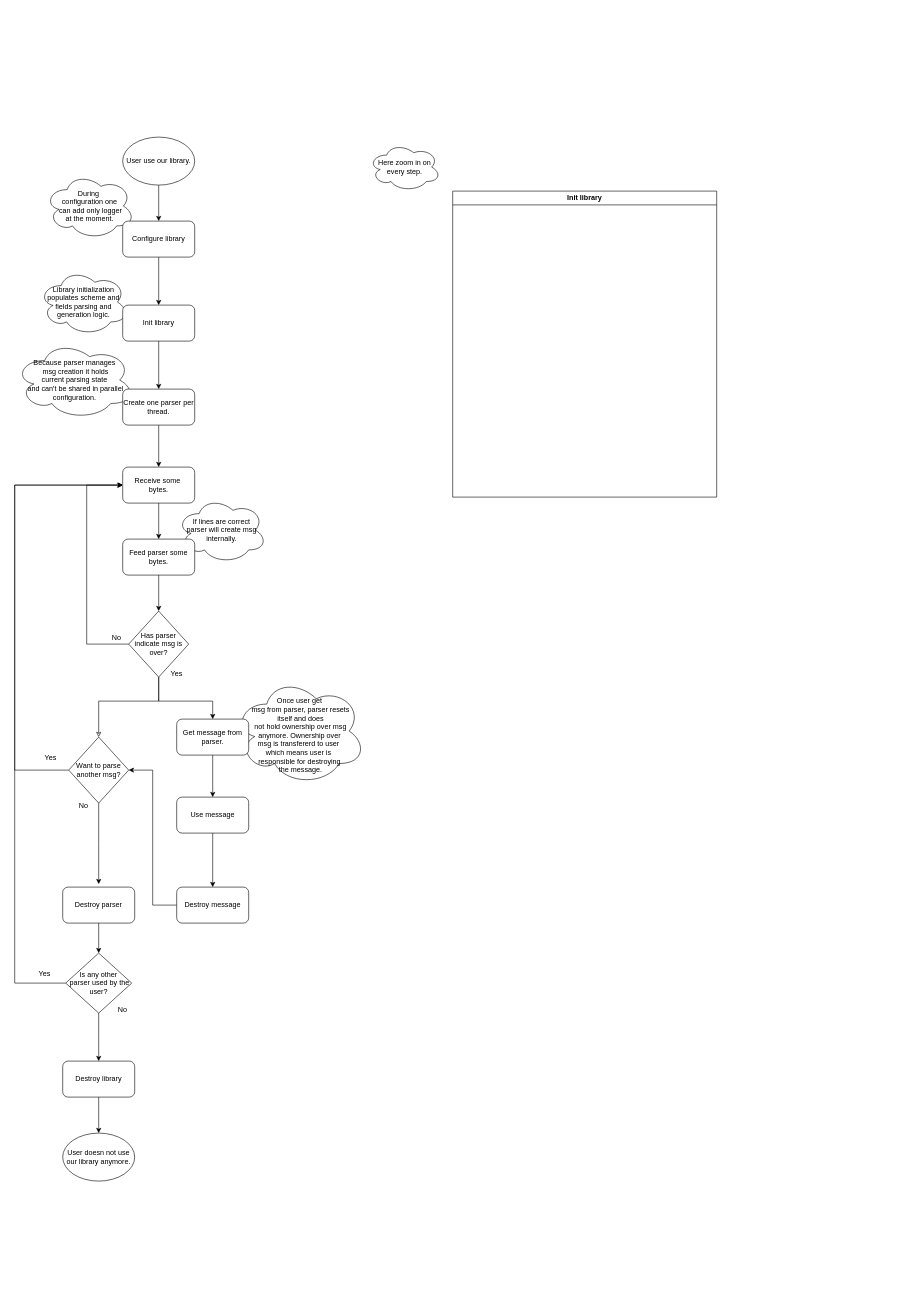
KubaTaba1uga/c_minilib_sip_codec keeps this draw.io diagram as docs/architecture_2.drawio. Above is the earlier version. Source tidied: cells renumbered, new cells numbered last; positions are measured from the earlier drawing's top-left corner, leaving out a move shared by most shapes. Both pictures are drawn from the tidied source at 60%, with x=0, y=0 at pixel (14, 137).
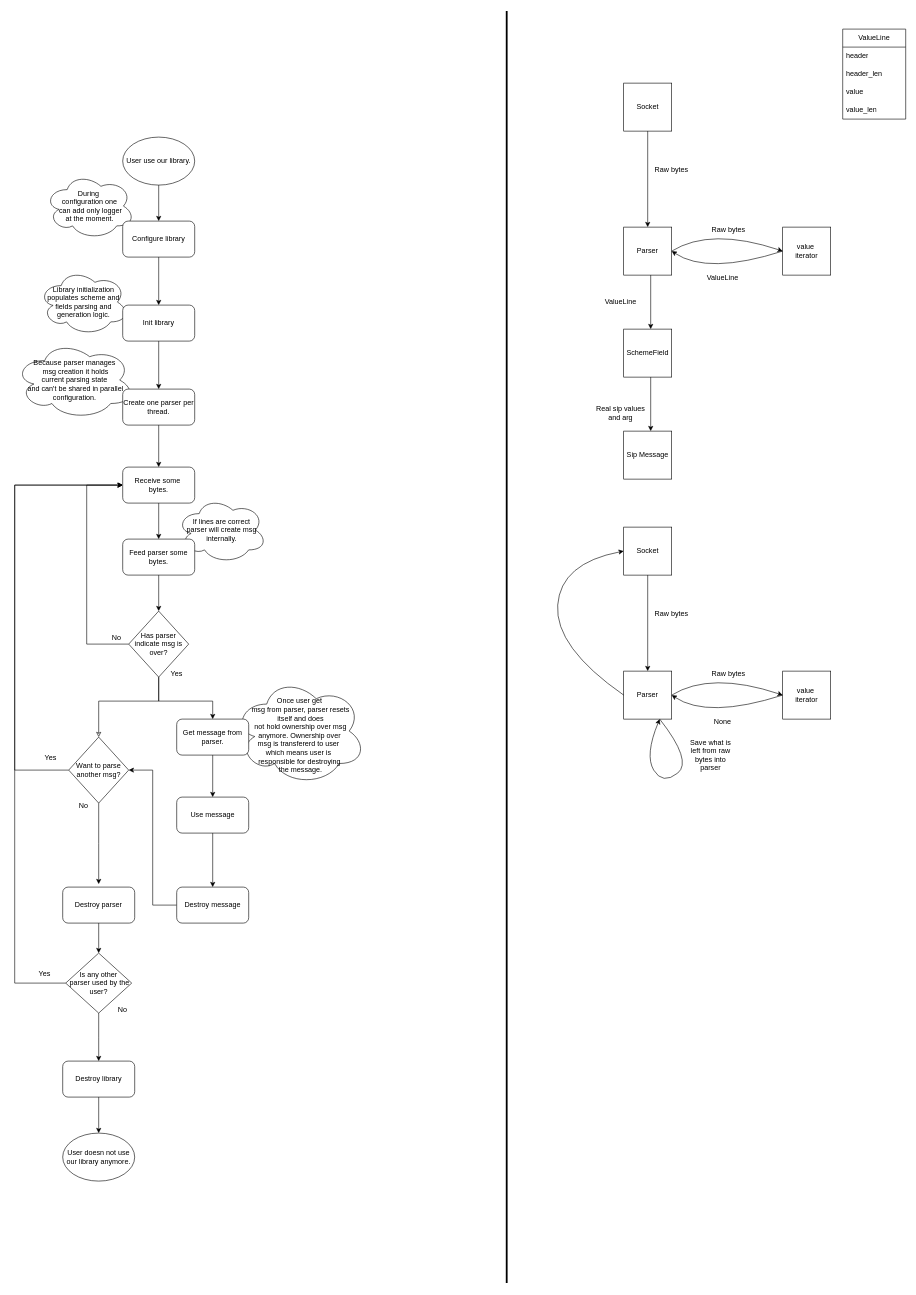
Above is the later version.

Commit message (it also covers changes not shown here):
rewrite line iterator

Diff of the diagram source:
```diff
@@
-    <mxCell id="46" value="Init library" style="swimlane;whiteSpace=wrap;html=1;" parent="1" vertex="1">
-      <mxGeometry x="730" y="90" width="440" height="510" as="geometry" />
-    </mxCell>
-    <mxCell id="47" value="Here zoom in on every step." style="ellipse;shape=cloud;whiteSpace=wrap;html=1;" parent="1" vertex="1">
-      <mxGeometry x="590" y="10" width="120" height="80" as="geometry" />
-    </mxCell>
+    <mxCell id="48" style="endArrow=none;html=1;rounded=0;strokeWidth=3;" parent="1" edge="1">
+      <mxGeometry relative="1" as="geometry">
+        <mxPoint x="820" y="1910" as="sourcePoint" />
+        <mxPoint x="820" y="-210" as="targetPoint" />
+      </mxGeometry>
+    </mxCell>
+    <mxCell id="49" value="Socket" style="whiteSpace=wrap;html=1;" parent="1" vertex="1">
+      <mxGeometry x="1015" y="-90" width="80" height="80" as="geometry" />
+    </mxCell>
+    <mxCell id="50" value="Parser" style="whiteSpace=wrap;html=1;" parent="1" vertex="1">
+      <mxGeometry x="1015" y="150" width="80" height="80" as="geometry" />
+    </mxCell>
+    <mxCell id="51" style="endArrow=classic;html=1;rounded=0;entryX=0.5;entryY=0;entryDx=0;entryDy=0;" parent="1" edge="1" target="50">
+      <mxGeometry relative="1" as="geometry">
+        <mxPoint x="1055" y="-10" as="sourcePoint" />
+      </mxGeometry>
+    </mxCell>
+    <mxCell id="52" value="Raw bytes" style="text;html=1;align=center;verticalAlign=middle;whiteSpace=wrap;rounded=0;" parent="1" vertex="1">
+      <mxGeometry x="1065" y="40" width="60" height="30" as="geometry" />
+    </mxCell>
+    <mxCell id="53" value="value&amp;nbsp;&lt;div&gt;iterator&lt;/div&gt;" style="whiteSpace=wrap;html=1;" parent="1" vertex="1">
+      <mxGeometry x="1280" y="150" width="80" height="80" as="geometry" />
+    </mxCell>
+    <mxCell id="54" style="endArrow=classic;html=1;rounded=0;exitX=1;exitY=0.5;exitDx=0;exitDy=0;entryX=0;entryY=0.5;entryDx=0;entryDy=0;curved=1;" parent="1" edge="1" source="50" target="53">
+      <mxGeometry relative="1" as="geometry">
+        <Array as="points">
+          <mxPoint x="1160" y="150" />
+        </Array>
+      </mxGeometry>
+    </mxCell>
+    <mxCell id="55" style="endArrow=classic;html=1;rounded=0;exitX=0;exitY=0.5;exitDx=0;exitDy=0;entryX=0;entryY=0.5;entryDx=0;entryDy=0;curved=1;" parent="1" edge="1" source="53">
+      <mxGeometry relative="1" as="geometry">
+        <mxPoint x="1095" y="190" as="targetPoint" />
+        <Array as="points">
+          <mxPoint x="1155" y="230" />
+        </Array>
+      </mxGeometry>
+    </mxCell>
+    <mxCell id="56" value="Raw bytes" style="text;html=1;align=center;verticalAlign=middle;whiteSpace=wrap;rounded=0;" parent="1" vertex="1">
+      <mxGeometry x="1160" y="140" width="60" height="30" as="geometry" />
+    </mxCell>
+    <mxCell id="57" value="ValueLine" style="swimlane;fontStyle=0;horizontal=1;startSize=30;whiteSpace=wrap;html=1;" parent="1" vertex="1">
+      <mxGeometry x="1380" y="-180" width="105" height="150" as="geometry" />
+    </mxCell>
+    <mxCell id="58" value="header" style="text;strokeColor=none;fillColor=none;align=left;verticalAlign=middle;spacingLeft=4;spacingRight=4;overflow=hidden;whiteSpace=wrap;html=1;" parent="57" vertex="1">
+      <mxGeometry y="30" width="105" height="30" as="geometry" />
+    </mxCell>
+    <mxCell id="59" value="header_len" style="text;strokeColor=none;fillColor=none;align=left;verticalAlign=middle;spacingLeft=4;spacingRight=4;overflow=hidden;whiteSpace=wrap;html=1;" parent="57" vertex="1">
+      <mxGeometry y="60" width="105" height="30" as="geometry" />
+    </mxCell>
+    <mxCell id="60" value="value" style="text;strokeColor=none;fillColor=none;align=left;verticalAlign=middle;spacingLeft=4;spacingRight=4;overflow=hidden;whiteSpace=wrap;html=1;" parent="57" vertex="1">
+      <mxGeometry y="90" width="105" height="30" as="geometry" />
+    </mxCell>
+    <mxCell id="61" value="value_len" style="text;strokeColor=none;fillColor=none;align=left;verticalAlign=middle;spacingLeft=4;spacingRight=4;overflow=hidden;whiteSpace=wrap;html=1;" parent="57" vertex="1">
+      <mxGeometry y="120" width="105" height="30" as="geometry" />
+    </mxCell>
+    <mxCell id="62" style="endArrow=classic;html=1;rounded=0;" parent="1" edge="1">
+      <mxGeometry relative="1" as="geometry">
+        <mxPoint x="1060" y="230" as="sourcePoint" />
+        <mxPoint x="1060" y="320" as="targetPoint" />
+      </mxGeometry>
+    </mxCell>
+    <mxCell id="63" value="ValueLine" style="text;html=1;align=center;verticalAlign=middle;whiteSpace=wrap;rounded=0;" parent="1" vertex="1">
+      <mxGeometry x="980" y="260" width="60" height="30" as="geometry" />
+    </mxCell>
+    <mxCell id="64" value="ValueLine" style="text;html=1;align=center;verticalAlign=middle;whiteSpace=wrap;rounded=0;" parent="1" vertex="1">
+      <mxGeometry x="1150" y="220" width="60" height="30" as="geometry" />
+    </mxCell>
+    <mxCell id="65" value="SchemeField" style="whiteSpace=wrap;html=1;" parent="1" vertex="1">
+      <mxGeometry x="1015" y="320" width="80" height="80" as="geometry" />
+    </mxCell>
+    <mxCell id="66" style="endArrow=classic;html=1;rounded=0;" parent="1" edge="1">
+      <mxGeometry relative="1" as="geometry">
+        <mxPoint x="1060" y="400" as="sourcePoint" />
+        <mxPoint x="1060" y="490" as="targetPoint" />
+      </mxGeometry>
+    </mxCell>
+    <mxCell id="67" value="Sip Message" style="whiteSpace=wrap;html=1;" parent="1" vertex="1">
+      <mxGeometry x="1015" y="490" width="80" height="80" as="geometry" />
+    </mxCell>
+    <mxCell id="68" value="Real sip values and arg" style="text;html=1;align=center;verticalAlign=middle;whiteSpace=wrap;rounded=0;" parent="1" vertex="1">
+      <mxGeometry x="960" y="430" width="100" height="60" as="geometry" />
+    </mxCell>
+    <mxCell id="69" value="Socket" style="whiteSpace=wrap;html=1;" parent="1" vertex="1">
+      <mxGeometry x="1015" y="650" width="80" height="80" as="geometry" />
+    </mxCell>
+    <mxCell id="70" value="Parser" style="whiteSpace=wrap;html=1;" parent="1" vertex="1">
+      <mxGeometry x="1015" y="890" width="80" height="80" as="geometry" />
+    </mxCell>
+    <mxCell id="71" style="endArrow=classic;html=1;rounded=0;entryX=0.5;entryY=0;entryDx=0;entryDy=0;" parent="1" edge="1" target="70">
+      <mxGeometry relative="1" as="geometry">
+        <mxPoint x="1055" y="730" as="sourcePoint" />
+      </mxGeometry>
+    </mxCell>
+    <mxCell id="72" value="Raw bytes" style="text;html=1;align=center;verticalAlign=middle;whiteSpace=wrap;rounded=0;" parent="1" vertex="1">
+      <mxGeometry x="1065" y="780" width="60" height="30" as="geometry" />
+    </mxCell>
+    <mxCell id="73" value="value&amp;nbsp;&lt;div&gt;iterator&lt;/div&gt;" style="whiteSpace=wrap;html=1;" parent="1" vertex="1">
+      <mxGeometry x="1280" y="890" width="80" height="80" as="geometry" />
+    </mxCell>
+    <mxCell id="74" style="endArrow=classic;html=1;rounded=0;exitX=1;exitY=0.5;exitDx=0;exitDy=0;entryX=0;entryY=0.5;entryDx=0;entryDy=0;curved=1;" parent="1" edge="1" source="70" target="73">
+      <mxGeometry relative="1" as="geometry">
+        <Array as="points">
+          <mxPoint x="1160" y="890" />
+        </Array>
+      </mxGeometry>
+    </mxCell>
+    <mxCell id="75" style="endArrow=classic;html=1;rounded=0;exitX=0;exitY=0.5;exitDx=0;exitDy=0;entryX=0;entryY=0.5;entryDx=0;entryDy=0;curved=1;" parent="1" edge="1" source="73">
+      <mxGeometry relative="1" as="geometry">
+        <mxPoint x="1095" y="930" as="targetPoint" />
+        <Array as="points">
+          <mxPoint x="1155" y="970" />
+        </Array>
+      </mxGeometry>
+    </mxCell>
+    <mxCell id="76" value="Raw bytes" style="text;html=1;align=center;verticalAlign=middle;whiteSpace=wrap;rounded=0;" parent="1" vertex="1">
+      <mxGeometry x="1160" y="880" width="60" height="30" as="geometry" />
+    </mxCell>
+    <mxCell id="77" style="endArrow=classic;html=1;rounded=0;exitX=0.75;exitY=1;exitDx=0;exitDy=0;entryX=0.75;entryY=1;entryDx=0;entryDy=0;curved=1;" parent="1" edge="1" source="70" target="70">
+      <mxGeometry relative="1" as="geometry">
+        <Array as="points">
+          <mxPoint x="1130" y="1040" />
+          <mxPoint x="1080" y="1080" />
+          <mxPoint x="1050" y="1030" />
+        </Array>
+      </mxGeometry>
+    </mxCell>
+    <mxCell id="78" value="None" style="text;html=1;align=center;verticalAlign=middle;whiteSpace=wrap;rounded=0;" parent="1" vertex="1">
+      <mxGeometry x="1150" y="960" width="60" height="30" as="geometry" />
+    </mxCell>
+    <mxCell id="79" value="Save what is left from raw bytes into parser" style="text;html=1;align=center;verticalAlign=middle;whiteSpace=wrap;rounded=0;" parent="1" vertex="1">
+      <mxGeometry x="1120" y="1010" width="80" height="40" as="geometry" />
+    </mxCell>
+    <mxCell id="80" style="endArrow=classic;html=1;rounded=0;entryX=0;entryY=0.5;entryDx=0;entryDy=0;exitX=0;exitY=0.5;exitDx=0;exitDy=0;curved=1;" parent="1" edge="1" source="70" target="69">
+      <mxGeometry relative="1" as="geometry">
+        <Array as="points">
+          <mxPoint x="900" y="850" />
+          <mxPoint x="910" y="710" />
+        </Array>
+      </mxGeometry>
+    </mxCell>
```
